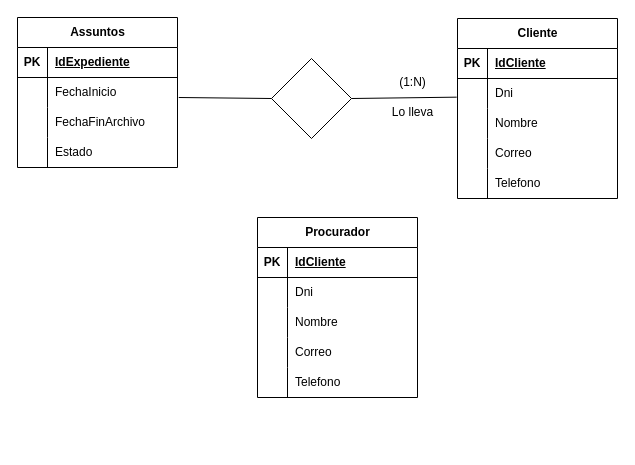
The draw.io diagram BDD/T1/Gabinets.drawio in Bilalbel04/edt, before the edit. Source tidied: cells renumbered, new cells numbered last; positions are measured from the earlier drawing's top-left corner, leaving out a move shared by most shapes. Both pictures are drawn from the tidied source at 100%, with x=0, y=0 at pixel (17, 17).
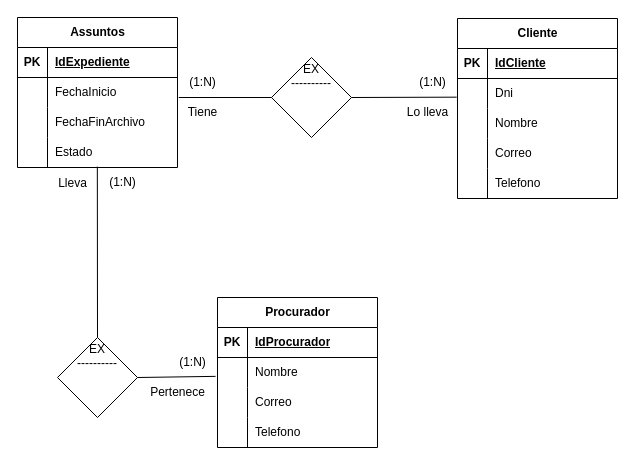
The same page after the edit.

Unchanged cells that the change refers to:
```xml
<mxCell id="6" style="shape=tableRow;horizontal=0;startSize=0;swimlaneHead=0;swimlaneBody=0;fillColor=none;points=[[0,0.5],[1,0.5]];portConstraint=eastwest;top=0;left=0;right=0;bottom=0;" parent="2" vertex="1">
  <mxGeometry y="60" width="160" height="30" as="geometry" />
</mxCell>
<mxCell id="12" style="shape=tableRow;horizontal=0;startSize=0;swimlaneHead=0;swimlaneBody=0;fillColor=none;points=[[0,0.5],[1,0.5]];portConstraint=eastwest;top=0;left=0;right=0;bottom=0;" parent="2" vertex="1">
  <mxGeometry y="120" width="160" height="30" as="geometry" />
</mxCell>
<mxCell id="19" style="shape=tableRow;horizontal=0;startSize=0;swimlaneHead=0;swimlaneBody=0;fillColor=none;points=[[0,0.5],[1,0.5]];portConstraint=eastwest;top=0;left=0;right=0;bottom=0;" parent="15" vertex="1">
  <mxGeometry y="60" width="160" height="30" as="geometry" />
</mxCell>
<mxCell id="37" style="shape=tableRow;horizontal=0;startSize=0;swimlaneHead=0;swimlaneBody=0;fillColor=none;top=0;left=0;right=0;bottom=1;" parent="36" vertex="1">
  <mxGeometry y="30" width="160" height="30" as="geometry" />
</mxCell>
```

The edit, as a diff of the source:
```diff
@@
-    <mxCell id="31" style="rhombus;whiteSpace=wrap;html=1;" parent="1" vertex="1">
-      <mxGeometry x="254" y="41" width="80" height="80" as="geometry" />
-    </mxCell>
-    <mxCell id="32" style="endArrow=none;html=1;rounded=0;entryX=0;entryY=0.5;entryDx=0;entryDy=0;exitX=1.008;exitY=0.667;exitDx=0;exitDy=0;exitPerimeter=0;" parent="1" edge="1" source="6" target="31">
+    <mxCell id="32" style="endArrow=none;html=1;rounded=0;entryX=0;entryY=0.5;entryDx=0;entryDy=0;exitX=1.008;exitY=0.667;exitDx=0;exitDy=0;exitPerimeter=0;entryPerimeter=0;" parent="1" edge="1" source="6" target="61">
       <mxGeometry relative="1" as="geometry" />
     </mxCell>
-    <mxCell id="33" style="endArrow=none;html=1;rounded=0;entryX=-0.005;entryY=0.622;entryDx=0;entryDy=0;exitX=1;exitY=0.5;exitDx=0;exitDy=0;entryPerimeter=0;" parent="1" edge="1" source="31" target="19">
+    <mxCell id="33" style="endArrow=none;html=1;rounded=0;entryX=-0.005;entryY=0.622;entryDx=0;entryDy=0;exitX=1;exitY=0.5;exitDx=0;exitDy=0;entryPerimeter=0;" parent="1" edge="1" source="61" target="19">
       <mxGeometry relative="1" as="geometry" />
     </mxCell>
     <mxCell id="34" value="(1:N)" style="text;html=1;align=center;verticalAlign=middle;strokeColor=none;fillColor=none;" parent="1" vertex="1">
-      <mxGeometry x="370" y="50" width="50" height="30" as="geometry" />
+      <mxGeometry x="390" y="50" width="50" height="30" as="geometry" />
     </mxCell>
     <mxCell id="35" value="Lo lleva" style="text;html=1;align=center;verticalAlign=middle;strokeColor=none;fillColor=none;" parent="1" vertex="1">
-      <mxGeometry x="365" y="80" width="60" height="30" as="geometry" />
+      <mxGeometry x="380" y="80" width="60" height="30" as="geometry" />
     </mxCell>
     <mxCell id="36" value="Procurador" style="shape=table;startSize=30;childLayout=tableLayout;rowLines=0;fontStyle=1;align=center;html=1;" parent="1" vertex="1">
-      <mxGeometry x="240" y="200" width="160" height="180" as="geometry" />
+      <mxGeometry x="200" y="280" width="160" height="150" as="geometry" />
     </mxCell>
@@
-    <mxCell id="39" value="IdCliente" style="shape=partialRectangle;fillColor=none;top=0;left=0;bottom=0;right=0;align=left;spacingLeft=6;fontStyle=5;overflow=hidden;whiteSpace=wrap;html=1;" parent="37" vertex="1">
+    <mxCell id="39" value="IdProcurador" style="shape=partialRectangle;fillColor=none;top=0;left=0;bottom=0;right=0;align=left;spacingLeft=6;fontStyle=5;overflow=hidden;whiteSpace=wrap;html=1;" parent="37" vertex="1">
       <mxGeometry x="30" width="130" height="30" as="geometry" />
     </mxCell>
-    <mxCell id="40" style="shape=tableRow;horizontal=0;startSize=0;swimlaneHead=0;swimlaneBody=0;fillColor=none;top=0;left=0;right=0;bottom=0;" parent="36" vertex="1">
-      <mxGeometry y="60" width="160" height="30" as="geometry" />
-    </mxCell>
-    <mxCell id="41" style="shape=partialRectangle;fillColor=none;top=0;left=0;bottom=0;right=0;overflow=hidden;whiteSpace=wrap;html=1;" parent="40" vertex="1">
-      <mxGeometry width="30" height="30" as="geometry" />
-    </mxCell>
-    <mxCell id="42" value="Dni" style="shape=partialRectangle;fillColor=none;top=0;left=0;bottom=0;right=0;align=left;spacingLeft=6;overflow=hidden;whiteSpace=wrap;html=1;" parent="40" vertex="1">
-      <mxGeometry x="30" width="130" height="30" as="geometry" />
-    </mxCell>
     <mxCell id="43" style="shape=tableRow;horizontal=0;startSize=0;swimlaneHead=0;swimlaneBody=0;fillColor=none;points=[[0,0.5],[1,0.5]];portConstraint=eastwest;top=0;left=0;right=0;bottom=0;" parent="36" vertex="1">
-      <mxGeometry y="90" width="160" height="30" as="geometry" />
+      <mxGeometry y="60" width="160" height="30" as="geometry" />
     </mxCell>
@@
     <mxCell id="46" style="shape=tableRow;horizontal=0;startSize=0;swimlaneHead=0;swimlaneBody=0;fillColor=none;top=0;left=0;right=0;bottom=0;" parent="36" vertex="1">
-      <mxGeometry y="120" width="160" height="30" as="geometry" />
+      <mxGeometry y="90" width="160" height="30" as="geometry" />
     </mxCell>
@@
     <mxCell id="49" style="shape=tableRow;horizontal=0;startSize=0;swimlaneHead=0;swimlaneBody=0;fillColor=none;top=0;left=0;right=0;bottom=0;" parent="36" vertex="1">
-      <mxGeometry y="150" width="160" height="30" as="geometry" />
+      <mxGeometry y="120" width="160" height="30" as="geometry" />
     </mxCell>
@@
+    <mxCell id="52" value="(1:N)" style="text;html=1;align=center;verticalAlign=middle;strokeColor=none;fillColor=none;" parent="1" vertex="1">
+      <mxGeometry x="160" y="50" width="50" height="30" as="geometry" />
+    </mxCell>
+    <mxCell id="53" value="Tiene" style="text;html=1;align=center;verticalAlign=middle;strokeColor=none;fillColor=none;" parent="1" vertex="1">
+      <mxGeometry x="160" y="80" width="50" height="30" as="geometry" />
+    </mxCell>
+    <mxCell id="54" value="EX&lt;br&gt;----------&lt;div&gt;&lt;br&gt;&lt;br&gt;&lt;br&gt;&lt;/div&gt;" style="rhombus;whiteSpace=wrap;html=1;" parent="1" vertex="1">
+      <mxGeometry x="40" y="320" width="80" height="80" as="geometry" />
+    </mxCell>
+    <mxCell id="55" style="endArrow=none;html=1;rounded=0;entryX=0.5;entryY=0;entryDx=0;entryDy=0;exitX=0.499;exitY=0.971;exitDx=0;exitDy=0;exitPerimeter=0;" parent="1" edge="1" source="12" target="54">
+      <mxGeometry relative="1" as="geometry" />
+    </mxCell>
+    <mxCell id="56" style="endArrow=none;html=1;rounded=0;entryX=-0.012;entryY=0.629;entryDx=0;entryDy=0;exitX=1;exitY=0.5;exitDx=0;exitDy=0;entryPerimeter=0;" parent="1" edge="1" source="54" target="43">
+      <mxGeometry relative="1" as="geometry" />
+    </mxCell>
+    <mxCell id="57" value="(1:N)" style="text;html=1;align=center;verticalAlign=middle;strokeColor=none;fillColor=none;" parent="1" vertex="1">
+      <mxGeometry x="80" y="150" width="50" height="30" as="geometry" />
+    </mxCell>
+    <mxCell id="58" value="(1:N)" style="text;html=1;align=center;verticalAlign=middle;strokeColor=none;fillColor=none;" parent="1" vertex="1">
+      <mxGeometry x="150" y="330" width="50" height="30" as="geometry" />
+    </mxCell>
+    <mxCell id="59" value="Lleva" style="text;html=1;align=center;verticalAlign=middle;strokeColor=none;fillColor=none;" parent="1" vertex="1">
+      <mxGeometry x="30" y="151" width="50" height="30" as="geometry" />
+    </mxCell>
+    <mxCell id="60" value="Pertenece" style="text;html=1;align=center;verticalAlign=middle;strokeColor=none;fillColor=none;" parent="1" vertex="1">
+      <mxGeometry x="120" y="360" width="80" height="30" as="geometry" />
+    </mxCell>
+    <mxCell id="61" value="EX&lt;br&gt;----------&lt;div&gt;&lt;br&gt;&lt;br&gt;&lt;br&gt;&lt;/div&gt;" style="rhombus;whiteSpace=wrap;html=1;" parent="1" vertex="1">
+      <mxGeometry x="254" y="40" width="80" height="80" as="geometry" />
+    </mxCell>
```
